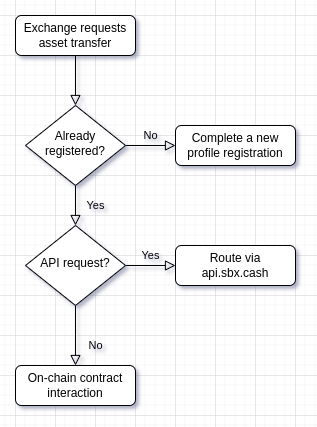
This is docs/SHA-Matrix.drawio.png from BCHPleaseOrg/sbx, a draw.io export, as it was before one commit. Source tidied: cells renumbered, new cells last; positions are measured from the earlier drawing's top-left corner, leaving out a move shared by most shapes. The source it was exported from:
```xml
<mxGraphModel>
  <root>
    <mxCell id="0" />
    <mxCell id="1" parent="0" />
    <mxCell id="2" style="rounded=0;html=1;jettySize=auto;fontSize=11;endArrow=block;endFill=0;endSize=8;strokeWidth=1;shadow=0;labelBackgroundColor=none;edgeStyle=orthogonalEdgeStyle;" parent="1" edge="1" source="3" target="6">
      <mxGeometry relative="1" as="geometry" />
    </mxCell>
    <mxCell id="3" value="Exchange requests asset transfer" style="rounded=1;whiteSpace=wrap;html=1;fontSize=12;glass=0;strokeWidth=1;shadow=0;" parent="1" vertex="1">
      <mxGeometry width="120" height="40" as="geometry" />
    </mxCell>
    <mxCell id="4" value="Yes" style="rounded=0;html=1;jettySize=auto;fontSize=11;endArrow=block;endFill=0;endSize=8;strokeWidth=1;shadow=0;labelBackgroundColor=none;edgeStyle=orthogonalEdgeStyle;" parent="1" edge="1" source="6" target="10">
      <mxGeometry y="20" relative="1" as="geometry" />
    </mxCell>
    <mxCell id="5" value="No" style="edgeStyle=orthogonalEdgeStyle;rounded=0;html=1;jettySize=auto;fontSize=11;endArrow=block;endFill=0;endSize=8;strokeWidth=1;shadow=0;labelBackgroundColor=none;" parent="1" edge="1" source="6" target="7">
      <mxGeometry y="10" relative="1" as="geometry" />
    </mxCell>
    <mxCell id="6" value="Already registered?" style="rhombus;whiteSpace=wrap;html=1;shadow=0;fontFamily=Helvetica;fontSize=12;align=center;strokeWidth=1;spacing=6;spacingTop=-4;" parent="1" vertex="1">
      <mxGeometry x="10" y="90" width="100" height="80" as="geometry" />
    </mxCell>
    <mxCell id="7" value="Complete a new profile registration" style="rounded=1;whiteSpace=wrap;html=1;fontSize=12;glass=0;strokeWidth=1;shadow=0;" parent="1" vertex="1">
      <mxGeometry x="160" y="110" width="120" height="40" as="geometry" />
    </mxCell>
    <mxCell id="8" value="No" style="rounded=0;html=1;jettySize=auto;fontSize=11;endArrow=block;endFill=0;endSize=8;strokeWidth=1;shadow=0;labelBackgroundColor=none;edgeStyle=orthogonalEdgeStyle;" parent="1" edge="1" source="10" target="11">
      <mxGeometry x="0.33" y="20" relative="1" as="geometry" />
    </mxCell>
    <mxCell id="9" value="Yes" style="edgeStyle=orthogonalEdgeStyle;rounded=0;html=1;jettySize=auto;fontSize=11;endArrow=block;endFill=0;endSize=8;strokeWidth=1;shadow=0;labelBackgroundColor=none;" parent="1" edge="1" source="10" target="12">
      <mxGeometry y="10" relative="1" as="geometry" />
    </mxCell>
    <mxCell id="10" value="API request?" style="rhombus;whiteSpace=wrap;html=1;shadow=0;fontFamily=Helvetica;fontSize=12;align=center;strokeWidth=1;spacing=6;spacingTop=-4;" parent="1" vertex="1">
      <mxGeometry x="10" y="210" width="100" height="80" as="geometry" />
    </mxCell>
    <mxCell id="11" value="On-chain contract interaction" style="rounded=1;whiteSpace=wrap;html=1;fontSize=12;glass=0;strokeWidth=1;shadow=0;" parent="1" vertex="1">
      <mxGeometry y="350" width="120" height="40" as="geometry" />
    </mxCell>
    <mxCell id="12" value="Route via api.sbx.cash" style="rounded=1;whiteSpace=wrap;html=1;fontSize=12;glass=0;strokeWidth=1;shadow=0;" parent="1" vertex="1">
      <mxGeometry x="160" y="230" width="120" height="40" as="geometry" />
    </mxCell>
  </root>
</mxGraphModel>
```
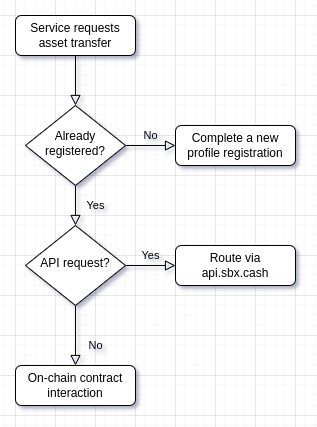
Above is the later version.

Change to the diagram source:
```diff
@@ -5,7 +5,7 @@
     <mxCell id="2" style="rounded=0;html=1;jettySize=auto;fontSize=11;endArrow=block;endFill=0;endSize=8;strokeWidth=1;shadow=0;labelBackgroundColor=none;edgeStyle=orthogonalEdgeStyle;" parent="1" edge="1" source="3" target="6">
       <mxGeometry relative="1" as="geometry" />
     </mxCell>
-    <mxCell id="3" value="Exchange requests asset transfer" style="rounded=1;whiteSpace=wrap;html=1;fontSize=12;glass=0;strokeWidth=1;shadow=0;" parent="1" vertex="1">
+    <mxCell id="3" value="Service requests asset transfer" style="rounded=1;whiteSpace=wrap;html=1;fontSize=12;glass=0;strokeWidth=1;shadow=0;" parent="1" vertex="1">
       <mxGeometry width="120" height="40" as="geometry" />
     </mxCell>
     <mxCell id="4" value="Yes" style="rounded=0;html=1;jettySize=auto;fontSize=11;endArrow=block;endFill=0;endSize=8;strokeWidth=1;shadow=0;labelBackgroundColor=none;edgeStyle=orthogonalEdgeStyle;" parent="1" edge="1" source="6" target="10">
```
